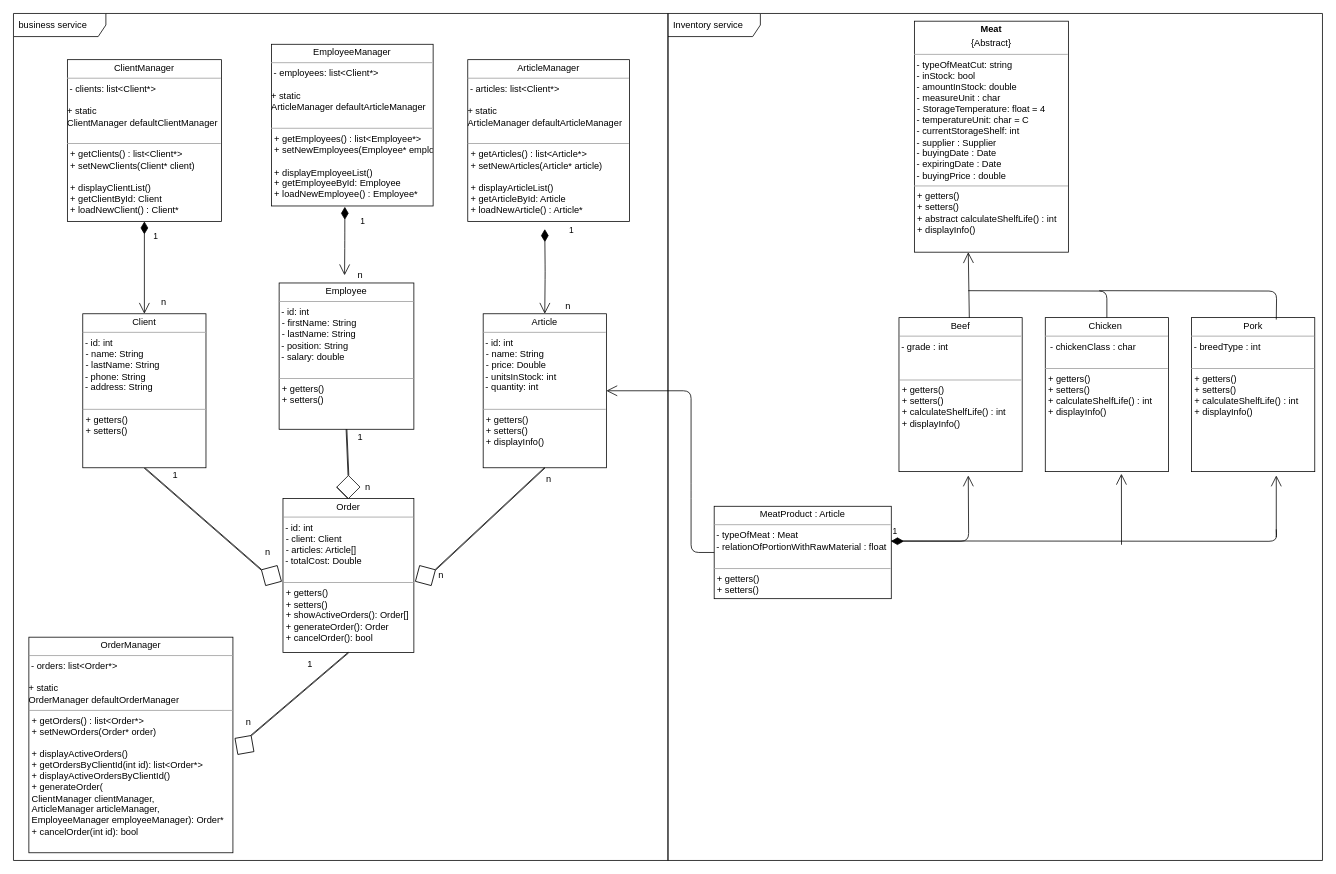
Earlier version of the draw.io diagram TrabajoFinal/app/resources/diagramaUML.drawio (Br1-O/AyED1). Source tidied: cells renumbered, new cells numbered last; positions are measured from the earlier drawing's top-left corner, leaving out a move shared by most shapes. Both pictures are drawn from the tidied source at 77%, with x=0, y=0 at pixel (13, 13).
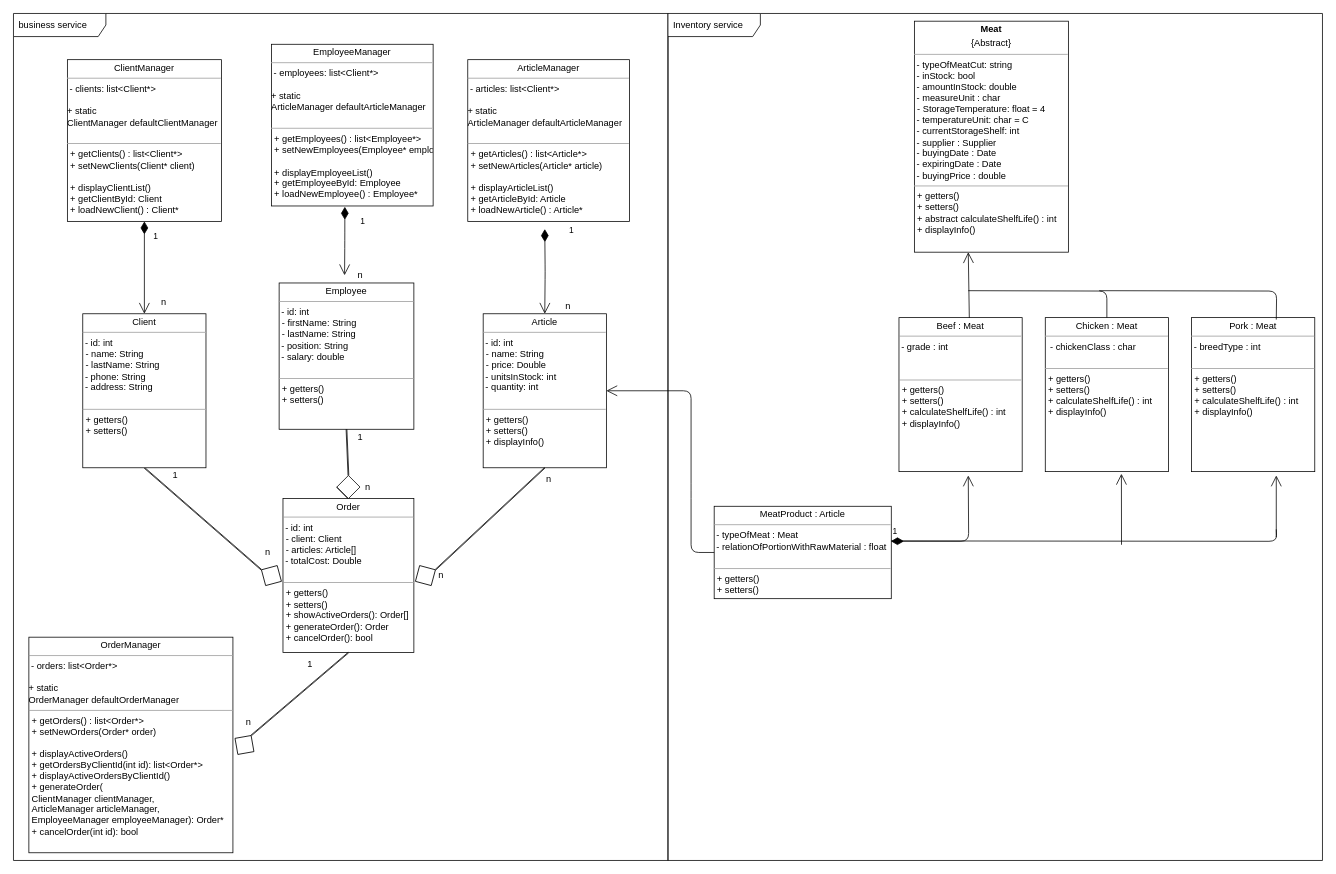
The same diagram, later.

Commit message:
added changes in UML design

Change to the diagram source:
```diff
@@
-    <mxCell id="36" value="&lt;p style=&quot;margin:0px;margin-top:4px;text-align:center;&quot;&gt;Chicken&amp;nbsp;&lt;br&gt;&lt;/p&gt;&lt;hr size=&quot;1&quot;&gt;&amp;nbsp; - chickenClass : char&lt;br&gt;&lt;br&gt;&lt;hr size=&quot;1&quot;&gt;&lt;p style=&quot;margin:0px;margin-left:4px;&quot;&gt;+ getters()&lt;/p&gt;&lt;p style=&quot;margin:0px;margin-left:4px;&quot;&gt;+ setters()&lt;/p&gt;&lt;p style=&quot;margin:0px;margin-left:4px;&quot;&gt;+ calculateShelfLife() : int&lt;br&gt;&lt;/p&gt;&lt;p style=&quot;margin:0px;margin-left:4px;&quot;&gt;+ displayInfo()&lt;br&gt;&lt;/p&gt;" style="verticalAlign=top;align=left;overflow=fill;fontSize=12;fontFamily=Helvetica;html=1;" parent="1" vertex="1">
+    <mxCell id="36" value="&lt;p style=&quot;margin:0px;margin-top:4px;text-align:center;&quot;&gt;Chicken : Meat&lt;br&gt;&lt;/p&gt;&lt;hr size=&quot;1&quot;&gt;&amp;nbsp; - chickenClass : char&lt;br&gt;&lt;br&gt;&lt;hr size=&quot;1&quot;&gt;&lt;p style=&quot;margin:0px;margin-left:4px;&quot;&gt;+ getters()&lt;/p&gt;&lt;p style=&quot;margin:0px;margin-left:4px;&quot;&gt;+ setters()&lt;/p&gt;&lt;p style=&quot;margin:0px;margin-left:4px;&quot;&gt;+ calculateShelfLife() : int&lt;br&gt;&lt;/p&gt;&lt;p style=&quot;margin:0px;margin-left:4px;&quot;&gt;+ displayInfo()&lt;br&gt;&lt;/p&gt;" style="verticalAlign=top;align=left;overflow=fill;fontSize=12;fontFamily=Helvetica;html=1;" parent="1" vertex="1">
       <mxGeometry x="1340" y="395" width="160" height="200" as="geometry" />
     </mxCell>
-    <mxCell id="37" value="&lt;p style=&quot;margin:0px;margin-top:4px;text-align:center;&quot;&gt;Beef&lt;br&gt;&lt;/p&gt;&lt;hr size=&quot;1&quot;&gt;&amp;nbsp;- grade : int&lt;br&gt;&amp;nbsp;&lt;br&gt;&lt;br&gt;&lt;hr size=&quot;1&quot;&gt;&lt;p style=&quot;margin:0px;margin-left:4px;&quot;&gt;+ getters()&lt;/p&gt;&lt;p style=&quot;margin:0px;margin-left:4px;&quot;&gt;+ setters()&lt;/p&gt;&lt;p style=&quot;margin:0px;margin-left:4px;&quot;&gt;+ calculateShelfLife() : int&lt;/p&gt;&lt;p style=&quot;margin:0px;margin-left:4px;&quot;&gt;+ displayInfo()&lt;/p&gt;" style="verticalAlign=top;align=left;overflow=fill;fontSize=12;fontFamily=Helvetica;html=1;" parent="1" vertex="1">
+    <mxCell id="37" value="&lt;p style=&quot;margin:0px;margin-top:4px;text-align:center;&quot;&gt;Beef : Meat&lt;br&gt;&lt;/p&gt;&lt;hr size=&quot;1&quot;&gt;&amp;nbsp;- grade : int&lt;br&gt;&amp;nbsp;&lt;br&gt;&lt;br&gt;&lt;hr size=&quot;1&quot;&gt;&lt;p style=&quot;margin:0px;margin-left:4px;&quot;&gt;+ getters()&lt;/p&gt;&lt;p style=&quot;margin:0px;margin-left:4px;&quot;&gt;+ setters()&lt;/p&gt;&lt;p style=&quot;margin:0px;margin-left:4px;&quot;&gt;+ calculateShelfLife() : int&lt;/p&gt;&lt;p style=&quot;margin:0px;margin-left:4px;&quot;&gt;+ displayInfo()&lt;/p&gt;" style="verticalAlign=top;align=left;overflow=fill;fontSize=12;fontFamily=Helvetica;html=1;" parent="1" vertex="1">
       <mxGeometry x="1150" y="395" width="160" height="200" as="geometry" />
     </mxCell>
-    <mxCell id="38" value="&lt;p style=&quot;margin:0px;margin-top:4px;text-align:center;&quot;&gt;Pork&lt;br&gt;&lt;/p&gt;&lt;hr size=&quot;1&quot;&gt;&amp;nbsp;- breedType : int&lt;br&gt;&lt;br&gt;&lt;hr size=&quot;1&quot;&gt;&lt;p style=&quot;margin:0px;margin-left:4px;&quot;&gt;+ getters()&lt;/p&gt;&lt;p style=&quot;margin:0px;margin-left:4px;&quot;&gt;+ setters()&lt;/p&gt;&lt;p style=&quot;margin:0px;margin-left:4px;&quot;&gt;+ calculateShelfLife() : int&lt;br&gt;&lt;/p&gt;&lt;p style=&quot;margin:0px;margin-left:4px;&quot;&gt;+ displayInfo()&lt;br&gt;&lt;/p&gt;" style="verticalAlign=top;align=left;overflow=fill;fontSize=12;fontFamily=Helvetica;html=1;" parent="1" vertex="1">
+    <mxCell id="38" value="&lt;p style=&quot;margin:0px;margin-top:4px;text-align:center;&quot;&gt;Pork : Meat&lt;br&gt;&lt;/p&gt;&lt;hr size=&quot;1&quot;&gt;&amp;nbsp;- breedType : int&lt;br&gt;&lt;br&gt;&lt;hr size=&quot;1&quot;&gt;&lt;p style=&quot;margin:0px;margin-left:4px;&quot;&gt;+ getters()&lt;/p&gt;&lt;p style=&quot;margin:0px;margin-left:4px;&quot;&gt;+ setters()&lt;/p&gt;&lt;p style=&quot;margin:0px;margin-left:4px;&quot;&gt;+ calculateShelfLife() : int&lt;br&gt;&lt;/p&gt;&lt;p style=&quot;margin:0px;margin-left:4px;&quot;&gt;+ displayInfo()&lt;br&gt;&lt;/p&gt;" style="verticalAlign=top;align=left;overflow=fill;fontSize=12;fontFamily=Helvetica;html=1;" parent="1" vertex="1">
       <mxGeometry x="1530" y="395" width="160" height="200" as="geometry" />
     </mxCell>
@@
+    <mxCell id="48" value="business service" style="shape=umlFrame;whiteSpace=wrap;html=1;width=120;height=30;boundedLbl=1;verticalAlign=middle;align=left;spacingLeft=5;" parent="1" vertex="1">
+      <mxGeometry width="850" height="1100" as="geometry" />
+    </mxCell>
@@
-    <mxCell id="48" value="business service" style="shape=umlFrame;whiteSpace=wrap;html=1;width=120;height=30;boundedLbl=1;verticalAlign=middle;align=left;spacingLeft=5;" parent="1" vertex="1">
-      <mxGeometry width="850" height="1100" as="geometry" />
-    </mxCell>
```
